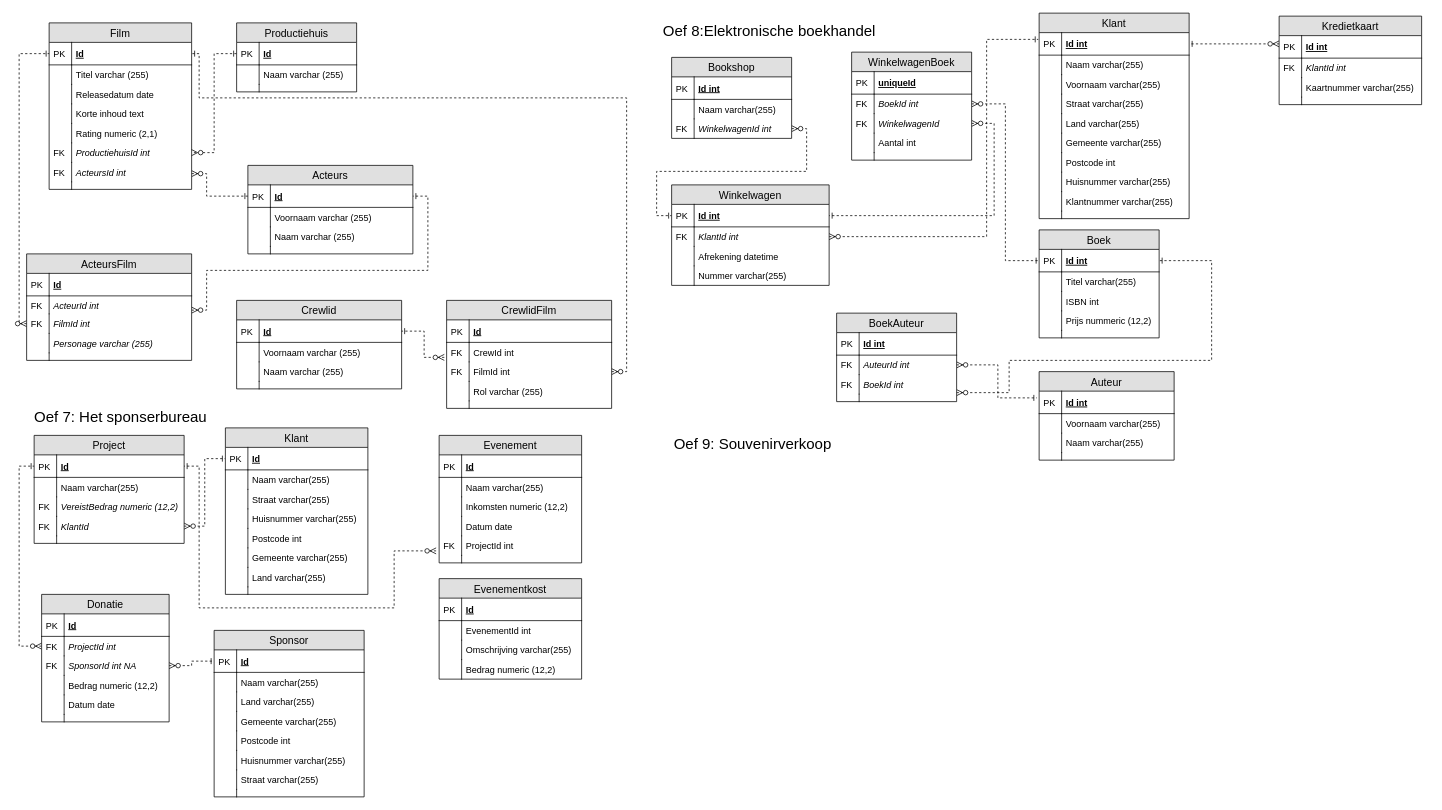
Above: page "Oef 6 tot" (2 of 2) of Datamodellering_Oefeningen.drawio in donnie1998/thomasmore2019-2020 (draw.io), before the change. Source tidied: cells renumbered, new cells numbered last; positions are measured from the earlier drawing's top-left corner, leaving out a move shared by most shapes. Both pictures are drawn from the tidied source at 75%, with x=0, y=0 at pixel (19, 13).
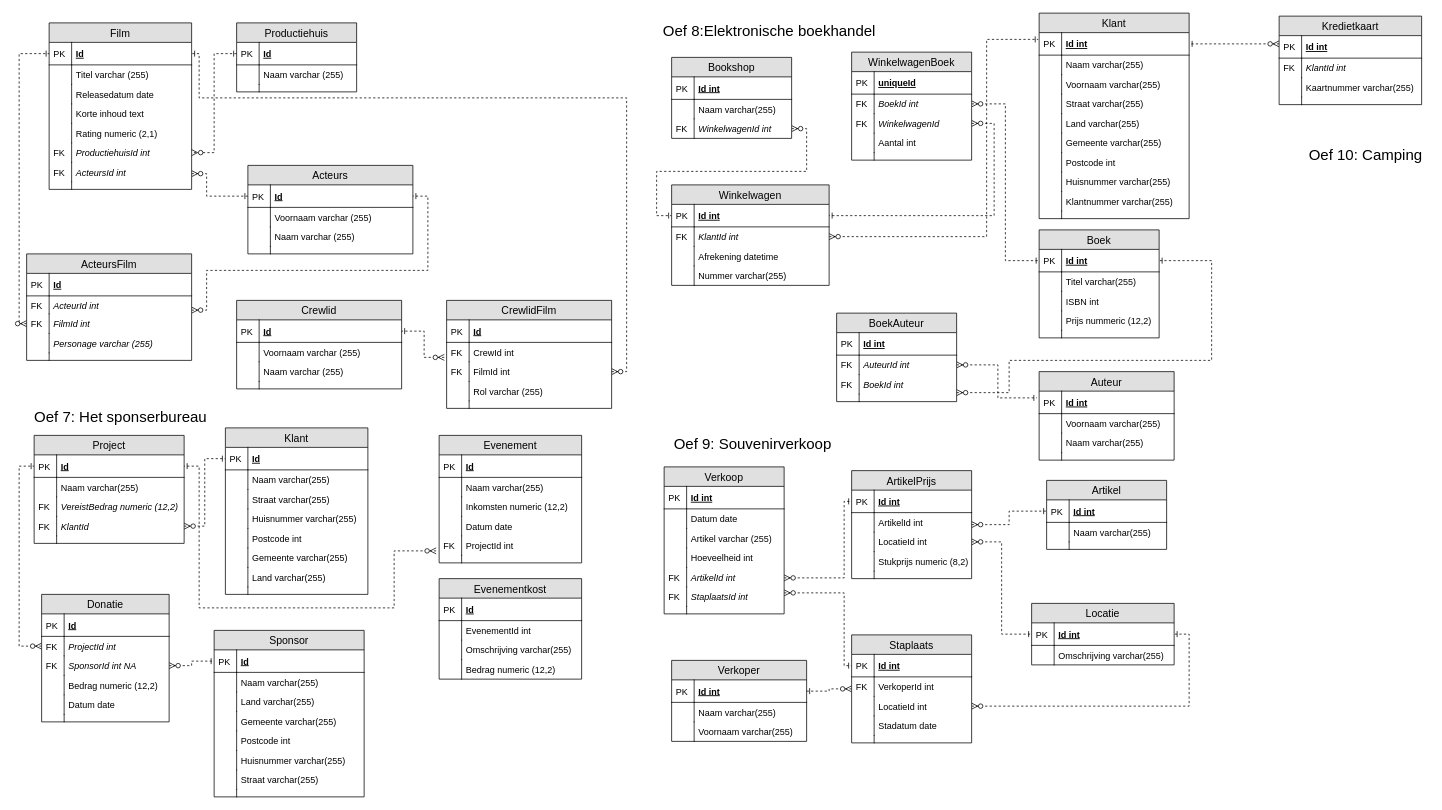
Above is the later version.

Diff of the diagram source:
```diff
@@
+    <mxCell id="252" value="Verkoper" style="swimlane;fontStyle=0;horizontal=1;startSize=26;fillColor=#e0e0e0;swimlaneFillColor=#ffffff;align=center;fontSize=14;" parent="1" vertex="1">
+      <mxGeometry x="870" y="863" width="180" height="108" as="geometry" />
+    </mxCell>
+    <mxCell id="253" value="Id int" style="shape=partialRectangle;top=0;left=0;right=0;bottom=1;align=left;verticalAlign=middle;fillColor=none;spacingLeft=34;spacingRight=4;overflow=hidden;points=[[0,0.5],[1,0.5]];portConstraint=eastwest;fontStyle=5;fontSize=12;" parent="252" vertex="1">
+      <mxGeometry y="26" width="180" height="30" as="geometry" />
+    </mxCell>
+    <mxCell id="254" value="PK" style="shape=partialRectangle;top=0;left=0;bottom=0;fillColor=none;align=left;verticalAlign=middle;spacingLeft=4;spacingRight=4;overflow=hidden;fontSize=12;" parent="253" vertex="1">
+      <mxGeometry width="30" height="30" as="geometry" />
+    </mxCell>
+    <mxCell id="255" value="Naam varchar(255)" style="shape=partialRectangle;top=0;left=0;right=0;bottom=0;align=left;verticalAlign=top;fillColor=none;spacingLeft=34;spacingRight=4;overflow=hidden;fontSize=12;" parent="252" vertex="1">
+      <mxGeometry y="56" width="180" height="26" as="geometry" />
+    </mxCell>
+    <mxCell id="256" style="shape=partialRectangle;top=0;left=0;bottom=0;fillColor=none;align=left;verticalAlign=top;spacingLeft=4;spacingRight=4;overflow=hidden;fontSize=12;" parent="255" vertex="1">
+      <mxGeometry width="30" height="26" as="geometry" />
+    </mxCell>
+    <mxCell id="257" value="Voornaam varchar(255)" style="shape=partialRectangle;top=0;left=0;right=0;bottom=0;align=left;verticalAlign=top;fillColor=none;spacingLeft=34;spacingRight=4;overflow=hidden;fontSize=12;" parent="252" vertex="1">
+      <mxGeometry y="82" width="180" height="26" as="geometry" />
+    </mxCell>
+    <mxCell id="258" style="shape=partialRectangle;top=0;left=0;bottom=0;fillColor=none;align=left;verticalAlign=top;spacingLeft=4;spacingRight=4;overflow=hidden;fontSize=12;" parent="257" vertex="1">
+      <mxGeometry width="30" height="26" as="geometry" />
+    </mxCell>
+    <mxCell id="259" value="Locatie" style="swimlane;fontStyle=0;horizontal=1;startSize=26;fillColor=#e0e0e0;swimlaneFillColor=#ffffff;align=center;fontSize=14;" parent="1" vertex="1">
+      <mxGeometry x="1350" y="787" width="190" height="82" as="geometry" />
+    </mxCell>
+    <mxCell id="260" value="Id int" style="shape=partialRectangle;top=0;left=0;right=0;bottom=1;align=left;verticalAlign=middle;fillColor=none;spacingLeft=34;spacingRight=4;overflow=hidden;points=[[0,0.5],[1,0.5]];portConstraint=eastwest;fontStyle=5;fontSize=12;" parent="259" vertex="1">
+      <mxGeometry y="26" width="190" height="30" as="geometry" />
+    </mxCell>
+    <mxCell id="261" value="PK" style="shape=partialRectangle;top=0;left=0;bottom=0;fillColor=none;align=left;verticalAlign=middle;spacingLeft=4;spacingRight=4;overflow=hidden;fontSize=12;" parent="260" vertex="1">
+      <mxGeometry width="30" height="30" as="geometry" />
+    </mxCell>
+    <mxCell id="262" value="Omschrijving varchar(255)" style="shape=partialRectangle;top=0;left=0;right=0;bottom=0;align=left;verticalAlign=top;fillColor=none;spacingLeft=34;spacingRight=4;overflow=hidden;fontSize=12;" parent="259" vertex="1">
+      <mxGeometry y="56" width="190" height="26" as="geometry" />
+    </mxCell>
+    <mxCell id="263" style="shape=partialRectangle;top=0;left=0;bottom=0;fillColor=none;align=left;verticalAlign=top;spacingLeft=4;spacingRight=4;overflow=hidden;fontSize=12;" parent="262" vertex="1">
+      <mxGeometry width="30" height="26" as="geometry" />
+    </mxCell>
+    <mxCell id="264" value="Artikel" style="swimlane;fontStyle=0;horizontal=1;startSize=26;fillColor=#e0e0e0;swimlaneFillColor=#ffffff;align=center;fontSize=14;" parent="1" vertex="1">
+      <mxGeometry x="1370" y="623" width="160" height="92" as="geometry" />
+    </mxCell>
+    <mxCell id="265" value="Id int" style="shape=partialRectangle;top=0;left=0;right=0;bottom=1;align=left;verticalAlign=middle;fillColor=none;spacingLeft=34;spacingRight=4;overflow=hidden;points=[[0,0.5],[1,0.5]];portConstraint=eastwest;fontStyle=5;fontSize=12;" parent="264" vertex="1">
+      <mxGeometry y="26" width="160" height="30" as="geometry" />
+    </mxCell>
+    <mxCell id="266" value="PK" style="shape=partialRectangle;top=0;left=0;bottom=0;fillColor=none;align=left;verticalAlign=middle;spacingLeft=4;spacingRight=4;overflow=hidden;fontSize=12;" parent="265" vertex="1">
+      <mxGeometry width="30" height="30" as="geometry" />
+    </mxCell>
+    <mxCell id="267" value="Naam varchar(255)" style="shape=partialRectangle;top=0;left=0;right=0;bottom=0;align=left;verticalAlign=top;fillColor=none;spacingLeft=34;spacingRight=4;overflow=hidden;fontSize=12;fontStyle=0;" parent="264" vertex="1">
+      <mxGeometry y="56" width="160" height="26" as="geometry" />
+    </mxCell>
+    <mxCell id="268" style="shape=partialRectangle;top=0;left=0;bottom=0;fillColor=none;align=left;verticalAlign=top;spacingLeft=4;spacingRight=4;overflow=hidden;fontSize=12;" parent="267" vertex="1">
+      <mxGeometry width="30" height="26" as="geometry" />
+    </mxCell>
+    <mxCell id="269" style="shape=partialRectangle;top=0;left=0;right=0;bottom=0;align=left;verticalAlign=top;fillColor=none;spacingLeft=34;spacingRight=4;overflow=hidden;fontSize=12;" parent="264" vertex="1">
+      <mxGeometry y="82" width="160" height="10" as="geometry" />
+    </mxCell>
+    <mxCell id="270" style="shape=partialRectangle;top=0;left=0;bottom=0;fillColor=none;align=left;verticalAlign=top;spacingLeft=4;spacingRight=4;overflow=hidden;fontSize=12;" parent="269" vertex="1">
+      <mxGeometry width="30" height="10" as="geometry" />
+    </mxCell>
+    <mxCell id="271" style="edgeStyle=orthogonalEdgeStyle;rounded=0;jettySize=auto;html=1;dashed=1;startArrow=ERzeroToMany;startFill=1;endArrow=ERone;endFill=0;entryX=0;entryY=0.5;entryDx=0;entryDy=0;" parent="1" edge="1" source="273" target="291">
+      <mxGeometry relative="1" as="geometry">
+        <Array as="points">
+          <mxPoint x="1100" y="753" />
+          <mxPoint x="1100" y="651" />
+        </Array>
+      </mxGeometry>
+    </mxCell>
+    <mxCell id="272" style="edgeStyle=orthogonalEdgeStyle;rounded=0;jettySize=auto;html=1;dashed=1;startArrow=ERzeroToMany;startFill=1;endArrow=ERone;endFill=0;entryX=0;entryY=0.5;entryDx=0;entryDy=0;" parent="1" edge="1" source="273" target="304">
+      <mxGeometry relative="1" as="geometry">
+        <Array as="points">
+          <mxPoint x="1100" y="773" />
+          <mxPoint x="1100" y="870" />
+        </Array>
+      </mxGeometry>
+    </mxCell>
+    <mxCell id="273" value="Verkoop" style="swimlane;fontStyle=0;horizontal=1;startSize=26;fillColor=#e0e0e0;swimlaneFillColor=#ffffff;align=center;fontSize=14;" parent="1" vertex="1">
+      <mxGeometry x="860" y="605" width="160" height="196" as="geometry" />
+    </mxCell>
+    <mxCell id="274" value="Id int" style="shape=partialRectangle;top=0;left=0;right=0;bottom=1;align=left;verticalAlign=middle;fillColor=none;spacingLeft=34;spacingRight=4;overflow=hidden;fontStyle=5;fontSize=12;" parent="273" vertex="1">
+      <mxGeometry y="26" width="160" height="30" as="geometry" />
+    </mxCell>
+    <mxCell id="275" value="PK" style="shape=partialRectangle;top=0;left=0;bottom=0;fillColor=none;align=left;verticalAlign=middle;spacingLeft=4;spacingRight=4;overflow=hidden;fontSize=12;" parent="274" vertex="1">
+      <mxGeometry width="30" height="30" as="geometry" />
+    </mxCell>
+    <mxCell id="276" value="Datum date" style="shape=partialRectangle;top=0;left=0;right=0;bottom=0;align=left;verticalAlign=top;fillColor=none;spacingLeft=34;spacingRight=4;overflow=hidden;fontSize=12;" parent="273" vertex="1">
+      <mxGeometry y="56" width="160" height="26" as="geometry" />
+    </mxCell>
+    <mxCell id="277" style="shape=partialRectangle;top=0;left=0;bottom=0;fillColor=none;align=left;verticalAlign=top;spacingLeft=4;spacingRight=4;overflow=hidden;fontSize=12;" parent="276" vertex="1">
+      <mxGeometry width="30" height="26" as="geometry" />
+    </mxCell>
+    <mxCell id="278" value="Artikel varchar (255)" style="shape=partialRectangle;top=0;left=0;right=0;bottom=0;align=left;verticalAlign=top;fillColor=none;spacingLeft=34;spacingRight=4;overflow=hidden;fontSize=12;" parent="273" vertex="1">
+      <mxGeometry y="82" width="160" height="26" as="geometry" />
+    </mxCell>
+    <mxCell id="279" style="shape=partialRectangle;top=0;left=0;bottom=0;fillColor=none;align=left;verticalAlign=top;spacingLeft=4;spacingRight=4;overflow=hidden;fontSize=12;" parent="278" vertex="1">
+      <mxGeometry width="30" height="26" as="geometry" />
+    </mxCell>
+    <mxCell id="280" value="Hoeveelheid int" style="shape=partialRectangle;top=0;left=0;right=0;bottom=0;align=left;verticalAlign=top;fillColor=none;spacingLeft=34;spacingRight=4;overflow=hidden;fontSize=12;" parent="273" vertex="1">
+      <mxGeometry y="108" width="160" height="26" as="geometry" />
+    </mxCell>
+    <mxCell id="281" style="shape=partialRectangle;top=0;left=0;bottom=0;fillColor=none;align=left;verticalAlign=top;spacingLeft=4;spacingRight=4;overflow=hidden;fontSize=12;" parent="280" vertex="1">
+      <mxGeometry width="30" height="26" as="geometry" />
+    </mxCell>
+    <mxCell id="282" value="ArtikelId int" style="shape=partialRectangle;top=0;left=0;right=0;bottom=0;align=left;verticalAlign=top;fillColor=none;spacingLeft=34;spacingRight=4;overflow=hidden;fontSize=12;fontStyle=2;" parent="273" vertex="1">
+      <mxGeometry y="134" width="160" height="26" as="geometry" />
+    </mxCell>
+    <mxCell id="283" value="FK" style="shape=partialRectangle;top=0;left=0;bottom=0;fillColor=none;align=left;verticalAlign=top;spacingLeft=4;spacingRight=4;overflow=hidden;fontSize=12;" parent="282" vertex="1">
+      <mxGeometry width="30" height="26" as="geometry" />
+    </mxCell>
+    <mxCell id="284" value="StaplaatsId int" style="shape=partialRectangle;top=0;left=0;right=0;bottom=0;align=left;verticalAlign=top;fillColor=none;spacingLeft=34;spacingRight=4;overflow=hidden;fontSize=12;fontStyle=2;" parent="273" vertex="1">
+      <mxGeometry y="160" width="160" height="26" as="geometry" />
+    </mxCell>
+    <mxCell id="285" value="FK" style="shape=partialRectangle;top=0;left=0;bottom=0;fillColor=none;align=left;verticalAlign=top;spacingLeft=4;spacingRight=4;overflow=hidden;fontSize=12;" parent="284" vertex="1">
+      <mxGeometry width="30" height="26" as="geometry" />
+    </mxCell>
+    <mxCell id="286" style="shape=partialRectangle;top=0;left=0;right=0;bottom=0;align=left;verticalAlign=top;fillColor=none;spacingLeft=34;spacingRight=4;overflow=hidden;fontSize=12;" parent="273" vertex="1">
+      <mxGeometry y="186" width="160" height="10" as="geometry" />
+    </mxCell>
+    <mxCell id="287" style="shape=partialRectangle;top=0;left=0;bottom=0;fillColor=none;align=left;verticalAlign=top;spacingLeft=4;spacingRight=4;overflow=hidden;fontSize=12;" parent="286" vertex="1">
+      <mxGeometry width="30" height="10" as="geometry" />
+    </mxCell>
+    <mxCell id="288" style="edgeStyle=orthogonalEdgeStyle;rounded=0;jettySize=auto;html=1;dashed=1;startArrow=ERzeroToMany;startFill=1;endArrow=ERone;endFill=0;entryX=0;entryY=0.5;entryDx=0;entryDy=0;" parent="1" edge="1" source="290" target="265">
+      <mxGeometry relative="1" as="geometry" />
+    </mxCell>
+    <mxCell id="289" style="edgeStyle=orthogonalEdgeStyle;rounded=0;jettySize=auto;html=1;dashed=1;startArrow=ERzeroToMany;startFill=1;endArrow=ERone;endFill=0;exitX=1;exitY=0.5;exitDx=0;exitDy=0;entryX=0;entryY=0.5;entryDx=0;entryDy=0;" parent="1" edge="1" source="295" target="260">
+      <mxGeometry relative="1" as="geometry">
+        <Array as="points">
+          <mxPoint x="1310" y="705" />
+          <mxPoint x="1310" y="828" />
+        </Array>
+      </mxGeometry>
+    </mxCell>
+    <mxCell id="290" value="ArtikelPrijs" style="swimlane;fontStyle=0;horizontal=1;startSize=26;fillColor=#e0e0e0;swimlaneFillColor=#ffffff;align=center;fontSize=14;" parent="1" vertex="1">
+      <mxGeometry x="1110" y="610" width="160" height="144" as="geometry" />
+    </mxCell>
+    <mxCell id="291" value="Id int" style="shape=partialRectangle;top=0;left=0;right=0;bottom=1;align=left;verticalAlign=middle;fillColor=none;spacingLeft=34;spacingRight=4;overflow=hidden;points=[[0,0.5],[1,0.5]];portConstraint=eastwest;fontStyle=5;fontSize=12;" parent="290" vertex="1">
+      <mxGeometry y="26" width="160" height="30" as="geometry" />
+    </mxCell>
+    <mxCell id="292" value="PK" style="shape=partialRectangle;top=0;left=0;bottom=0;fillColor=none;align=left;verticalAlign=middle;spacingLeft=4;spacingRight=4;overflow=hidden;fontSize=12;" parent="291" vertex="1">
+      <mxGeometry width="30" height="30" as="geometry" />
+    </mxCell>
+    <mxCell id="293" value="ArtikelId int" style="shape=partialRectangle;top=0;left=0;right=0;bottom=0;align=left;verticalAlign=top;fillColor=none;spacingLeft=34;spacingRight=4;overflow=hidden;fontSize=12;" parent="290" vertex="1">
+      <mxGeometry y="56" width="160" height="26" as="geometry" />
+    </mxCell>
+    <mxCell id="294" style="shape=partialRectangle;top=0;left=0;bottom=0;fillColor=none;align=left;verticalAlign=top;spacingLeft=4;spacingRight=4;overflow=hidden;fontSize=12;" parent="293" vertex="1">
+      <mxGeometry width="30" height="26" as="geometry" />
+    </mxCell>
+    <mxCell id="295" value="LocatieId int" style="shape=partialRectangle;top=0;left=0;right=0;bottom=0;align=left;verticalAlign=top;fillColor=none;spacingLeft=34;spacingRight=4;overflow=hidden;points=[[0,0.5],[1,0.5]];portConstraint=eastwest;fontSize=12;" parent="290" vertex="1">
+      <mxGeometry y="82" width="160" height="26" as="geometry" />
+    </mxCell>
+    <mxCell id="296" style="shape=partialRectangle;top=0;left=0;bottom=0;fillColor=none;align=left;verticalAlign=top;spacingLeft=4;spacingRight=4;overflow=hidden;fontSize=12;" parent="295" vertex="1">
+      <mxGeometry width="30" height="26" as="geometry" />
+    </mxCell>
+    <mxCell id="297" value="Stukprijs numeric (8,2)" style="shape=partialRectangle;top=0;left=0;right=0;bottom=0;align=left;verticalAlign=top;fillColor=none;spacingLeft=34;spacingRight=4;overflow=hidden;fontSize=12;" parent="290" vertex="1">
+      <mxGeometry y="108" width="160" height="26" as="geometry" />
+    </mxCell>
+    <mxCell id="298" style="shape=partialRectangle;top=0;left=0;bottom=0;fillColor=none;align=left;verticalAlign=top;spacingLeft=4;spacingRight=4;overflow=hidden;fontSize=12;" parent="297" vertex="1">
+      <mxGeometry width="30" height="26" as="geometry" />
+    </mxCell>
+    <mxCell id="299" style="shape=partialRectangle;top=0;left=0;right=0;bottom=0;align=left;verticalAlign=top;fillColor=none;spacingLeft=34;spacingRight=4;overflow=hidden;fontSize=12;" parent="290" vertex="1">
+      <mxGeometry y="134" width="160" height="10" as="geometry" />
+    </mxCell>
+    <mxCell id="300" style="shape=partialRectangle;top=0;left=0;bottom=0;fillColor=none;align=left;verticalAlign=top;spacingLeft=4;spacingRight=4;overflow=hidden;fontSize=12;" parent="299" vertex="1">
+      <mxGeometry width="30" height="10" as="geometry" />
+    </mxCell>
+    <mxCell id="301" style="edgeStyle=orthogonalEdgeStyle;rounded=0;jettySize=auto;html=1;dashed=1;startArrow=ERzeroToMany;startFill=1;endArrow=ERone;endFill=0;" parent="1" edge="1" source="303" target="253">
+      <mxGeometry relative="1" as="geometry" />
+    </mxCell>
+    <mxCell id="302" style="edgeStyle=orthogonalEdgeStyle;rounded=0;jettySize=auto;html=1;dashed=1;startArrow=ERzeroToMany;startFill=1;endArrow=ERone;endFill=0;exitX=1;exitY=0.5;exitDx=0;exitDy=0;entryX=1;entryY=0.5;entryDx=0;entryDy=0;" parent="1" edge="1" source="308" target="260">
+      <mxGeometry relative="1" as="geometry" />
+    </mxCell>
+    <mxCell id="303" value="Staplaats" style="swimlane;fontStyle=0;horizontal=1;startSize=26;fillColor=#e0e0e0;swimlaneFillColor=#ffffff;align=center;fontSize=14;" parent="1" vertex="1">
+      <mxGeometry x="1110" y="829" width="160" height="144" as="geometry" />
+    </mxCell>
+    <mxCell id="304" value="Id int" style="shape=partialRectangle;top=0;left=0;right=0;bottom=1;align=left;verticalAlign=middle;fillColor=none;spacingLeft=34;spacingRight=4;overflow=hidden;points=[[0,0.5],[1,0.5]];portConstraint=eastwest;fontStyle=5;fontSize=12;" parent="303" vertex="1">
+      <mxGeometry y="26" width="160" height="30" as="geometry" />
+    </mxCell>
+    <mxCell id="305" value="PK" style="shape=partialRectangle;top=0;left=0;bottom=0;fillColor=none;align=left;verticalAlign=middle;spacingLeft=4;spacingRight=4;overflow=hidden;fontSize=12;" parent="304" vertex="1">
+      <mxGeometry width="30" height="30" as="geometry" />
+    </mxCell>
+    <mxCell id="306" value="VerkoperId int" style="shape=partialRectangle;top=0;left=0;right=0;bottom=0;align=left;verticalAlign=top;fillColor=none;spacingLeft=34;spacingRight=4;overflow=hidden;fontSize=12;" parent="303" vertex="1">
+      <mxGeometry y="56" width="160" height="26" as="geometry" />
+    </mxCell>
+    <mxCell id="307" value="FK" style="shape=partialRectangle;top=0;left=0;bottom=0;fillColor=none;align=left;verticalAlign=top;spacingLeft=4;spacingRight=4;overflow=hidden;fontSize=12;" parent="306" vertex="1">
+      <mxGeometry width="30" height="26" as="geometry" />
+    </mxCell>
+    <mxCell id="308" value="LocatieId int" style="shape=partialRectangle;top=0;left=0;right=0;bottom=0;align=left;verticalAlign=top;fillColor=none;spacingLeft=34;spacingRight=4;overflow=hidden;points=[[0,0.5],[1,0.5]];portConstraint=eastwest;fontSize=12;" parent="303" vertex="1">
+      <mxGeometry y="82" width="160" height="26" as="geometry" />
+    </mxCell>
+    <mxCell id="309" style="shape=partialRectangle;top=0;left=0;bottom=0;fillColor=none;align=left;verticalAlign=top;spacingLeft=4;spacingRight=4;overflow=hidden;fontSize=12;" parent="308" vertex="1">
+      <mxGeometry width="30" height="26" as="geometry" />
+    </mxCell>
+    <mxCell id="310" value="Stadatum date" style="shape=partialRectangle;top=0;left=0;right=0;bottom=0;align=left;verticalAlign=top;fillColor=none;spacingLeft=34;spacingRight=4;overflow=hidden;fontSize=12;" parent="303" vertex="1">
+      <mxGeometry y="108" width="160" height="26" as="geometry" />
+    </mxCell>
+    <mxCell id="311" style="shape=partialRectangle;top=0;left=0;bottom=0;fillColor=none;align=left;verticalAlign=top;spacingLeft=4;spacingRight=4;overflow=hidden;fontSize=12;" parent="310" vertex="1">
+      <mxGeometry width="30" height="26" as="geometry" />
+    </mxCell>
+    <mxCell id="312" style="shape=partialRectangle;top=0;left=0;right=0;bottom=0;align=left;verticalAlign=top;fillColor=none;spacingLeft=34;spacingRight=4;overflow=hidden;fontSize=12;" parent="303" vertex="1">
+      <mxGeometry y="134" width="160" height="10" as="geometry" />
+    </mxCell>
+    <mxCell id="313" style="shape=partialRectangle;top=0;left=0;bottom=0;fillColor=none;align=left;verticalAlign=top;spacingLeft=4;spacingRight=4;overflow=hidden;fontSize=12;" parent="312" vertex="1">
+      <mxGeometry width="30" height="10" as="geometry" />
+    </mxCell>
+    <mxCell id="314" value="Oef 10: Camping" style="text;html=1;align=center;verticalAlign=middle;fontSize=20;" parent="1" vertex="1">
+      <mxGeometry x="1710" y="173" width="170" height="30" as="geometry" />
+    </mxCell>
```
